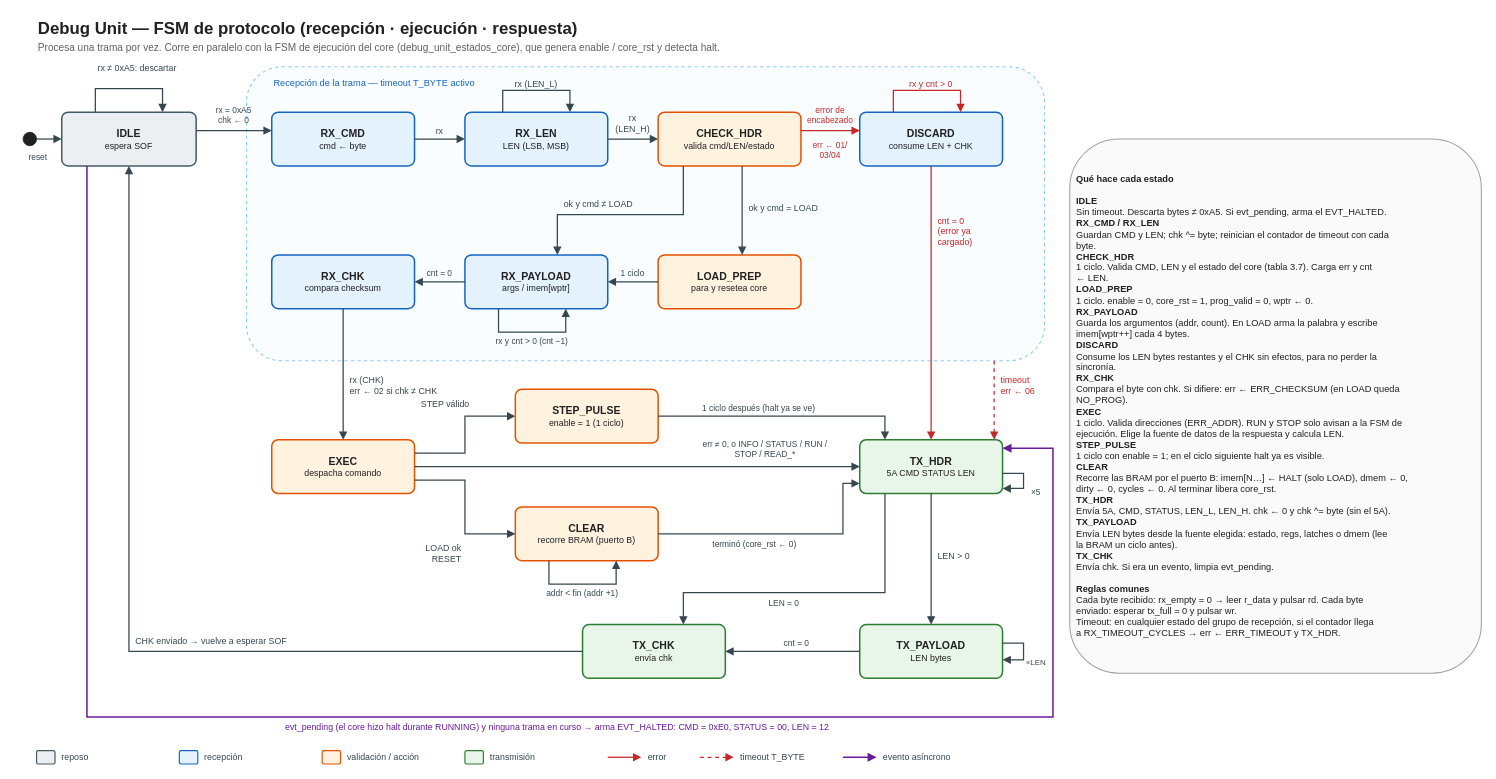
Above: docs/diagramas/debug_unit_fsm.drawio in moreyrajulian/arquitectura_de_computadoras (draw.io), before the change. Source tidied: cells renumbered, new cells numbered last; positions are measured from the earlier drawing's top-left corner, leaving out a move shared by most shapes. Both pictures are drawn from the tidied source at 84%, with x=0, y=0 at pixel (14, 14).
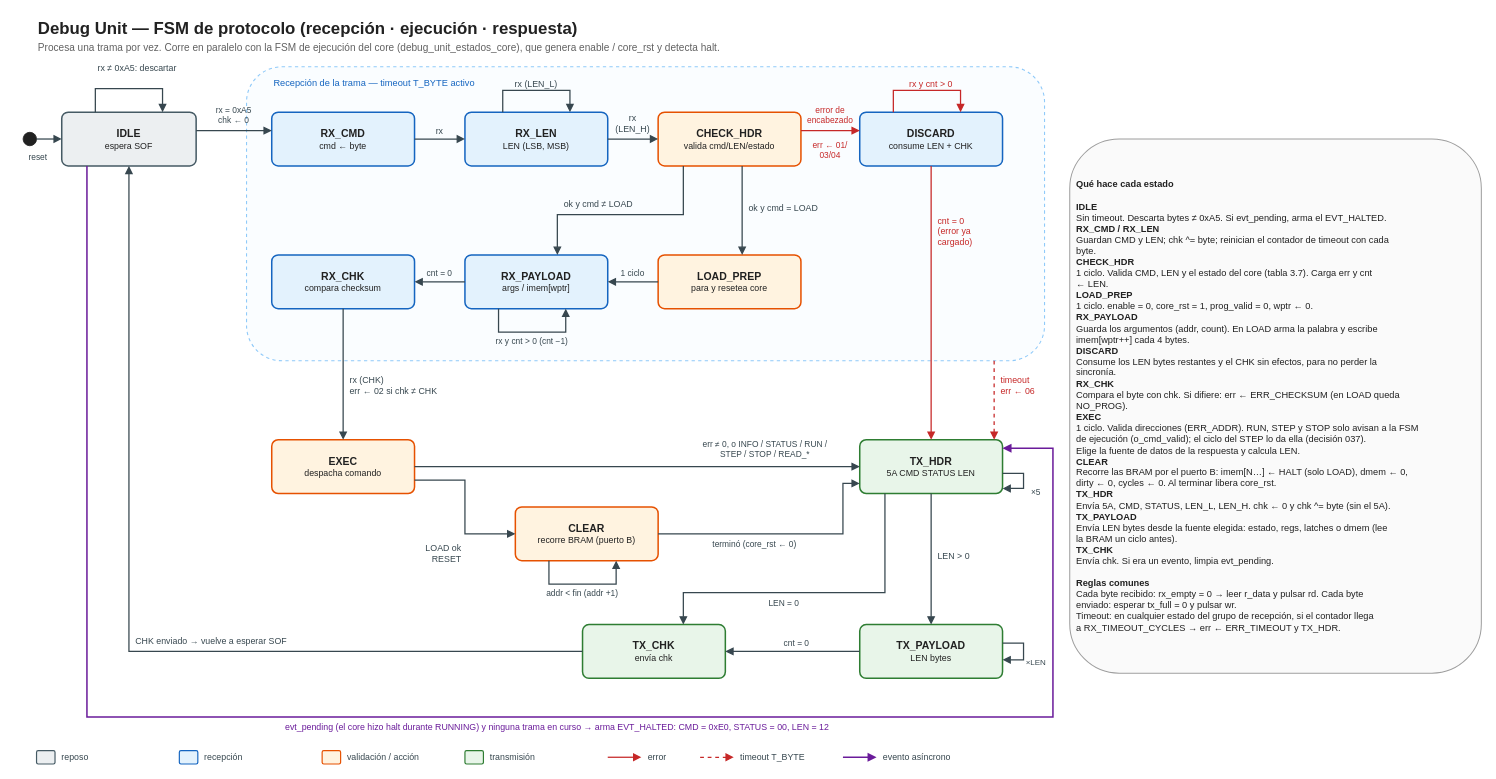
Above is the later version.

Commit message (it also covers changes not shown here):
docs: decisión 037 y la FSM de ejecución en protocolo_debug.md §3.5, §4 y §7, verificacion.md §3.3, §5 y §8.7 y los diagramas debug_unit_fsm y debug_unit_estados_core (I-47)

The edit, as a diff of the source:
```diff
@@
-    <mxCell id="14" value="&lt;b&gt;&lt;font style=&quot;font-size:12.5px&quot;&gt;STEP_PULSE&lt;/font&gt;&lt;/b&gt;&lt;br&gt;enable = 1 (1 ciclo)" style="rounded=1;arcSize=12;whiteSpace=wrap;html=1;fillColor=#FFF3E0;strokeColor=#E65100;strokeWidth=1.8;fontSize=10.5;fontFamily=Helvetica;fontColor=#212121;align=center;verticalAlign=middle;spacingLeft=6;spacingRight=6;" parent="1" vertex="1">
-      <mxGeometry x="596" y="446" width="170" height="64" as="geometry" />
-    </mxCell>
@@
-    <mxCell id="53" style="html=1;rounded=0;edgeStyle=none;strokeColor=#37474F;strokeWidth=1.5;endArrow=block;endFill=1;startArrow=none;startFill=1;" parent="1" edge="1">
-      <mxGeometry relative="1" as="geometry">
-        <mxPoint x="476" y="522" as="sourcePoint" />
-        <mxPoint x="596" y="478" as="targetPoint" />
-        <Array as="points">
-          <mxPoint x="536" y="522" />
-          <mxPoint x="536" y="478" />
-        </Array>
-      </mxGeometry>
-    </mxCell>
-    <mxCell id="54" value="STEP válido" style="text;html=1;whiteSpace=wrap;fontSize=10.5;fontFamily=Helvetica;fontColor=#37474F;align=left;verticalAlign=middle;spacing=2;fontStyle=0;" parent="1" vertex="1">
-      <mxGeometry x="482" y="456" width="110" height="16.2" as="geometry" />
-    </mxCell>
@@
-    <mxCell id="58" value="err ≠ 0, o INFO / STATUS / RUN /&lt;br&gt;STOP / READ_*" style="text;html=1;whiteSpace=wrap;fontSize=10;fontFamily=Helvetica;fontColor=#37474F;align=center;verticalAlign=middle;spacing=2;fontStyle=0;" parent="1" vertex="1">
+    <mxCell id="58" value="err ≠ 0, o INFO / STATUS / RUN /&lt;br&gt;STEP / STOP / READ_*" style="text;html=1;whiteSpace=wrap;fontSize=10;fontFamily=Helvetica;fontColor=#37474F;align=center;verticalAlign=middle;spacing=2;fontStyle=0;" parent="1" vertex="1">
       <mxGeometry x="786" y="502" width="215" height="29" as="geometry" />
     </mxCell>
-    <mxCell id="59" style="html=1;rounded=0;edgeStyle=none;strokeColor=#37474F;strokeWidth=1.5;endArrow=block;endFill=1;startArrow=none;startFill=1;" parent="1" edge="1">
-      <mxGeometry relative="1" as="geometry">
-        <mxPoint x="766" y="478" as="sourcePoint" />
-        <mxPoint x="1036" y="506" as="targetPoint" />
-        <Array as="points">
-          <mxPoint x="1036" y="478" />
-        </Array>
-      </mxGeometry>
-    </mxCell>
-    <mxCell id="60" value="1 ciclo después (halt ya se ve)" style="text;html=1;whiteSpace=wrap;fontSize=10;fontFamily=Helvetica;fontColor=#37474F;align=center;verticalAlign=middle;spacing=2;fontStyle=0;" parent="1" vertex="1">
-      <mxGeometry x="786" y="460" width="200" height="15.5" as="geometry" />
-    </mxCell>
@@
-    <mxCell id="93" value="&lt;b&gt;Qué hace cada estado&lt;/b&gt;&lt;br&gt;&amp;nbsp;&lt;br&gt;&lt;b&gt;IDLE&lt;/b&gt;&lt;br&gt;Sin timeout. Descarta bytes ≠ 0xA5. Si evt_pending, arma el EVT_HALTED.&lt;br&gt;&lt;b&gt;RX_CMD / RX_LEN&lt;/b&gt;&lt;br&gt;Guardan CMD y LEN; chk ^= byte; reinician el contador de timeout con cada&lt;br&gt;byte.&lt;br&gt;&lt;b&gt;CHECK_HDR&lt;/b&gt;&lt;br&gt;1 ciclo. Valida CMD, LEN y el estado del core (tabla 3.7). Carga err y cnt&lt;br&gt;← LEN.&lt;br&gt;&lt;b&gt;LOAD_PREP&lt;/b&gt;&lt;br&gt;1 ciclo. enable = 0, core_rst = 1, prog_valid = 0, wptr ← 0.&lt;br&gt;&lt;b&gt;RX_PAYLOAD&lt;/b&gt;&lt;br&gt;Guarda los argumentos (addr, count). En LOAD arma la palabra y escribe&lt;br&gt;imem[wptr++] cada 4 bytes.&lt;br&gt;&lt;b&gt;DISCARD&lt;/b&gt;&lt;br&gt;Consume los LEN bytes restantes y el CHK sin efectos, para no perder la&lt;br&gt;sincronía.&lt;br&gt;&lt;b&gt;RX_CHK&lt;/b&gt;&lt;br&gt;Compara el byte con chk. Si difiere: err ← ERR_CHECKSUM (en LOAD queda&lt;br&gt;NO_PROG).&lt;br&gt;&lt;b&gt;EXEC&lt;/b&gt;&lt;br&gt;1 ciclo. Valida direcciones (ERR_ADDR). RUN y STOP solo avisan a la FSM de&lt;br&gt;ejecución. Elige la fuente de datos de la respuesta y calcula LEN.&lt;br&gt;&lt;b&gt;STEP_PULSE&lt;/b&gt;&lt;br&gt;1 ciclo con enable = 1; en el ciclo siguiente halt ya es visible.&lt;br&gt;&lt;b&gt;CLEAR&lt;/b&gt;&lt;br&gt;Recorre las BRAM por el puerto B: imem[N…] ← HALT (solo LOAD), dmem ← 0,&lt;br&gt;dirty ← 0, cycles ← 0. Al terminar libera core_rst.&lt;br&gt;&lt;b&gt;TX_HDR&lt;/b&gt;&lt;br&gt;Envía 5A, CMD, STATUS, LEN_L, LEN_H. chk ← 0 y chk ^= byte (sin el 5A).&lt;br&gt;&lt;b&gt;TX_PAYLOAD&lt;/b&gt;&lt;br&gt;Envía LEN bytes desde la fuente elegida: estado, regs, latches o dmem (lee&lt;br&gt;la BRAM un ciclo antes).&lt;br&gt;&lt;b&gt;TX_CHK&lt;/b&gt;&lt;br&gt;Envía chk. Si era un evento, limpia evt_pending.&lt;br&gt;&amp;nbsp;&lt;br&gt;&lt;b&gt;Reglas comunes&lt;/b&gt;&lt;br&gt;Cada byte recibido: rx_empty = 0 → leer r_data y pulsar rd. Cada byte&lt;br&gt;enviado: esperar tx_full = 0 y pulsar wr.&lt;br&gt;Timeout: en cualquier estado del grupo de recepción, si el contador llega&lt;br&gt;a RX_TIMEOUT_CYCLES → err ← ERR_TIMEOUT y TX_HDR." style="rounded=1;arcSize=12;whiteSpace=wrap;html=1;fillColor=#FAFAFA;strokeColor=#9E9E9E;strokeWidth=1.2;fontSize=11;fontFamily=Helvetica;fontColor=#212121;align=left;verticalAlign=middle;spacingLeft=6;spacingRight=6;" parent="1" vertex="1">
+    <mxCell id="93" value="&lt;b&gt;Qué hace cada estado&lt;/b&gt;&lt;br&gt;&amp;nbsp;&lt;br&gt;&lt;b&gt;IDLE&lt;/b&gt;&lt;br&gt;Sin timeout. Descarta bytes ≠ 0xA5. Si evt_pending, arma el EVT_HALTED.&lt;br&gt;&lt;b&gt;RX_CMD / RX_LEN&lt;/b&gt;&lt;br&gt;Guardan CMD y LEN; chk ^= byte; reinician el contador de timeout con cada&lt;br&gt;byte.&lt;br&gt;&lt;b&gt;CHECK_HDR&lt;/b&gt;&lt;br&gt;1 ciclo. Valida CMD, LEN y el estado del core (tabla 3.7). Carga err y cnt&lt;br&gt;← LEN.&lt;br&gt;&lt;b&gt;LOAD_PREP&lt;/b&gt;&lt;br&gt;1 ciclo. enable = 0, core_rst = 1, prog_valid = 0, wptr ← 0.&lt;br&gt;&lt;b&gt;RX_PAYLOAD&lt;/b&gt;&lt;br&gt;Guarda los argumentos (addr, count). En LOAD arma la palabra y escribe&lt;br&gt;imem[wptr++] cada 4 bytes.&lt;br&gt;&lt;b&gt;DISCARD&lt;/b&gt;&lt;br&gt;Consume los LEN bytes restantes y el CHK sin efectos, para no perder la&lt;br&gt;sincronía.&lt;br&gt;&lt;b&gt;RX_CHK&lt;/b&gt;&lt;br&gt;Compara el byte con chk. Si difiere: err ← ERR_CHECKSUM (en LOAD queda&lt;br&gt;NO_PROG).&lt;br&gt;&lt;b&gt;EXEC&lt;/b&gt;&lt;br&gt;1 ciclo. Valida direcciones (ERR_ADDR). RUN, STEP y STOP solo avisan a la FSM&lt;br&gt;de ejecución (o_cmd_valid); el ciclo del STEP lo da ella (decisión 037).&lt;br&gt;Elige la fuente de datos de la respuesta y calcula LEN.&lt;br&gt;&lt;b&gt;CLEAR&lt;/b&gt;&lt;br&gt;Recorre las BRAM por el puerto B: imem[N…] ← HALT (solo LOAD), dmem ← 0,&lt;br&gt;dirty ← 0, cycles ← 0. Al terminar libera core_rst.&lt;br&gt;&lt;b&gt;TX_HDR&lt;/b&gt;&lt;br&gt;Envía 5A, CMD, STATUS, LEN_L, LEN_H. chk ← 0 y chk ^= byte (sin el 5A).&lt;br&gt;&lt;b&gt;TX_PAYLOAD&lt;/b&gt;&lt;br&gt;Envía LEN bytes desde la fuente elegida: estado, regs, latches o dmem (lee&lt;br&gt;la BRAM un ciclo antes).&lt;br&gt;&lt;b&gt;TX_CHK&lt;/b&gt;&lt;br&gt;Envía chk. Si era un evento, limpia evt_pending.&lt;br&gt;&amp;nbsp;&lt;br&gt;&lt;b&gt;Reglas comunes&lt;/b&gt;&lt;br&gt;Cada byte recibido: rx_empty = 0 → leer r_data y pulsar rd. Cada byte&lt;br&gt;enviado: esperar tx_full = 0 y pulsar wr.&lt;br&gt;Timeout: en cualquier estado del grupo de recepción, si el contador llega&lt;br&gt;a RX_TIMEOUT_CYCLES → err ← ERR_TIMEOUT y TX_HDR." style="rounded=1;arcSize=12;whiteSpace=wrap;html=1;fillColor=#FAFAFA;strokeColor=#9E9E9E;strokeWidth=1.2;fontSize=11;fontFamily=Helvetica;fontColor=#212121;align=left;verticalAlign=middle;spacingLeft=6;spacingRight=6;" parent="1" vertex="1">
       <mxGeometry x="1256" y="148" width="490" height="635.9" as="geometry" />
     </mxCell>
```
